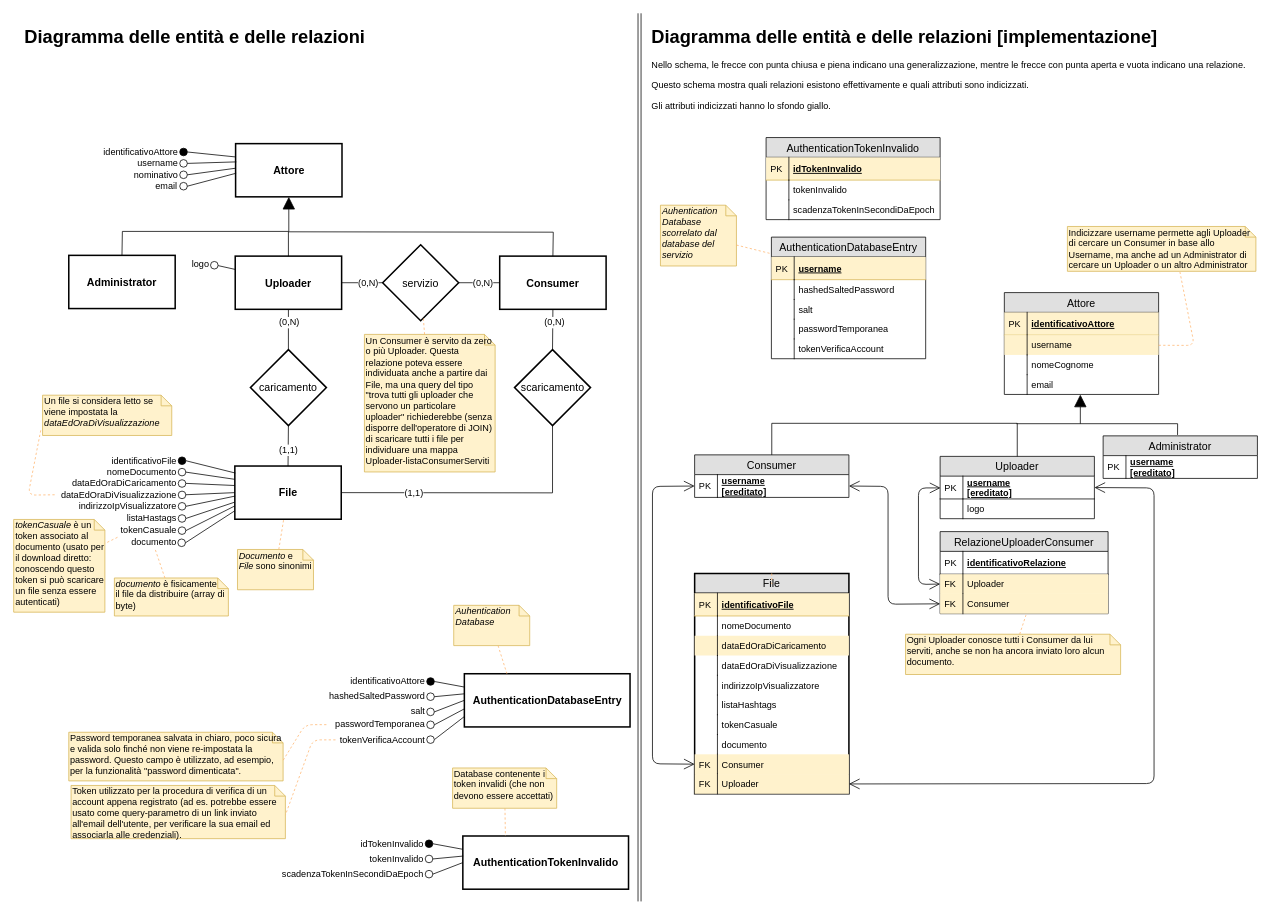
Above: algoritmi schemi e note progettuali/diagramma ER/diagramma_er.drawio in matteoferfoglia/progetto-progrweb-2020 (draw.io), before the change. Source tidied: cells renumbered, new cells numbered last; positions are measured from the earlier drawing's top-left corner, leaving out a move shared by most shapes. Both pictures are drawn from the tidied source at 76%, with x=0, y=0 at pixel (13, 13).
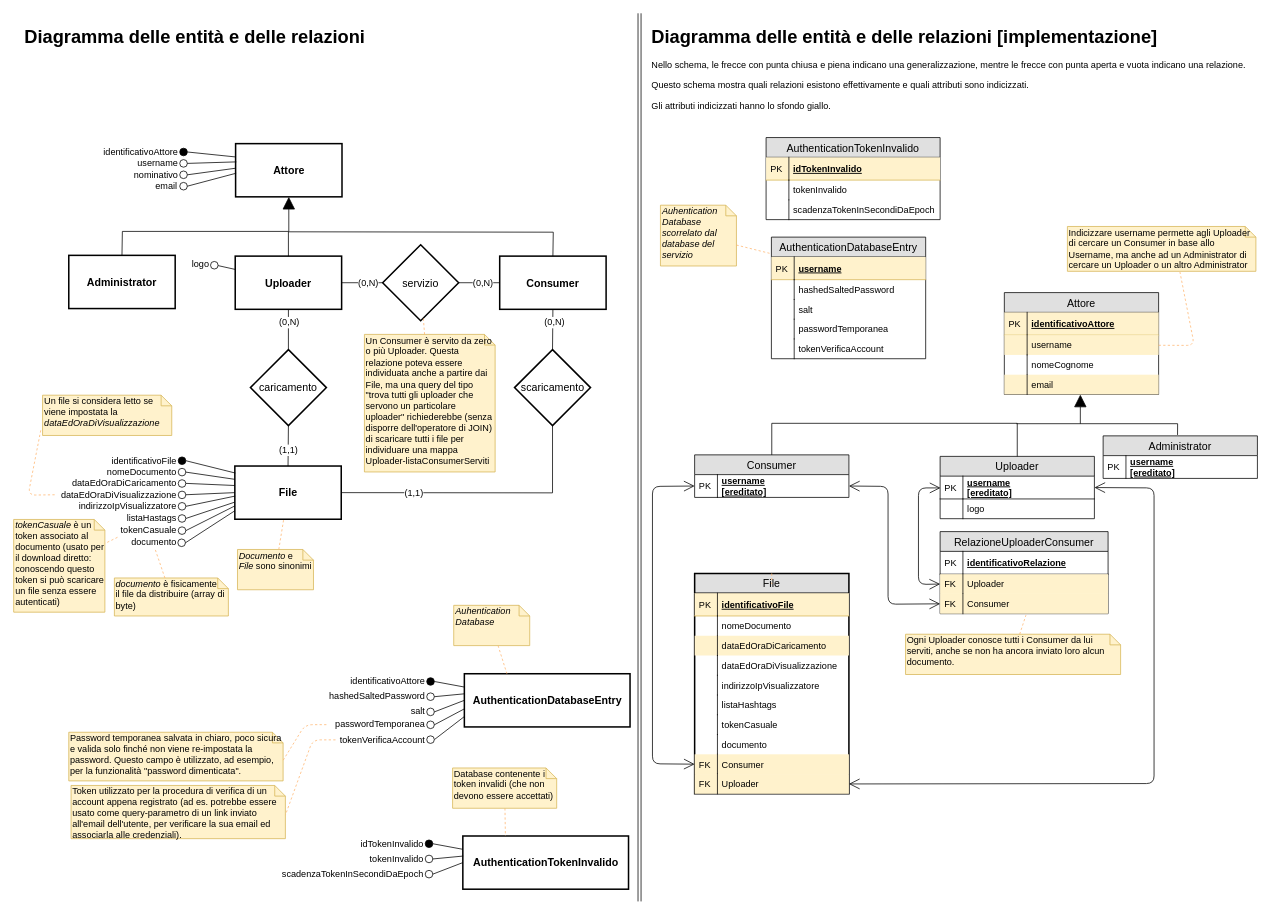
Above is the later version.

Unchanged cells that the change refers to:
```xml
<mxCell id="180" value="Attore" style="swimlane;fontStyle=0;horizontal=1;startSize=26;fillColor=#e0e0e0;swimlaneFillColor=#ffffff;align=center;fontSize=14;" parent="1" vertex="1">
  <mxGeometry x="1304" y="367.5" width="203" height="134" as="geometry" />
</mxCell>
```

Change to the diagram source:
```diff
@@
-    <mxCell id="187" value="email" style="shape=partialRectangle;top=0;left=0;right=0;bottom=0;align=left;verticalAlign=top;fillColor=none;spacingLeft=34;spacingRight=4;overflow=hidden;fontSize=12;" parent="180" vertex="1">
+    <mxCell id="187" value="email" style="shape=partialRectangle;top=0;left=0;right=0;bottom=0;align=left;verticalAlign=top;fillColor=#FFF2CC;spacingLeft=34;spacingRight=4;overflow=hidden;fontSize=12;strokeColor=#D6B656;" parent="180" vertex="1">
       <mxGeometry y="108" width="203" height="26" as="geometry" />
     </mxCell>
```
